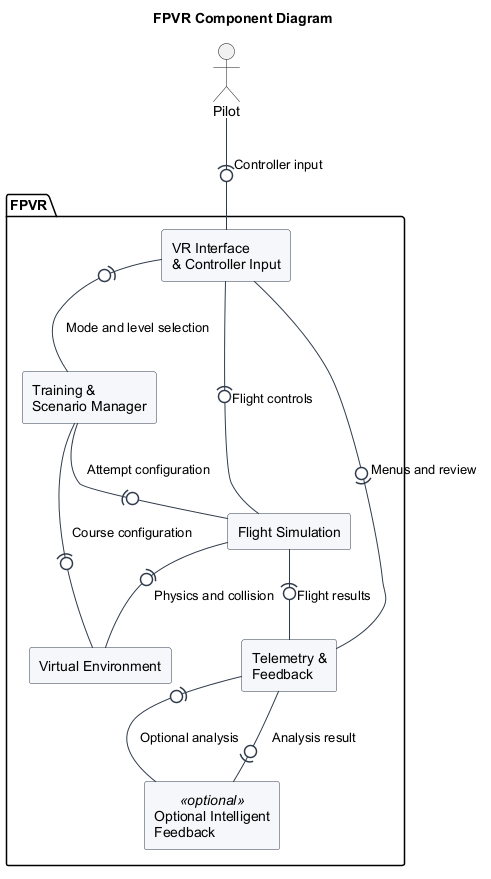
Before: docs/SRS/FPVRComponentDiagram.png, a diagram exported from PlantUML (SoftwareMandems/FPVR).
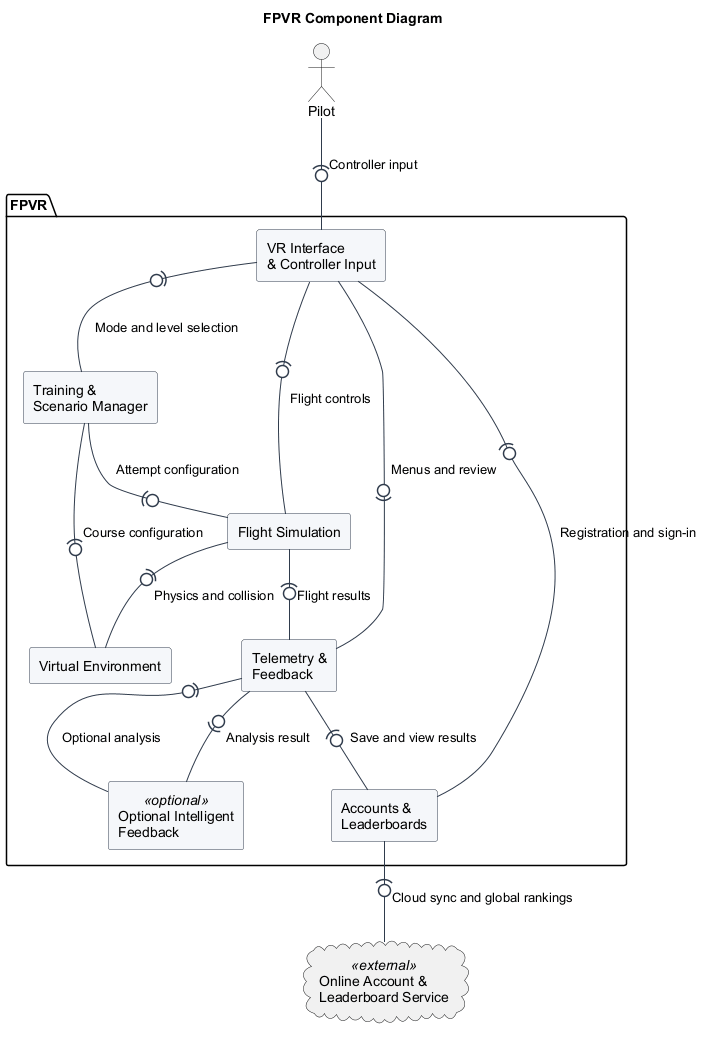
After the commit.

Commit message:
Include new logical responsibilities to components

What changed in the source:
```diff
@@ -19,18 +19,24 @@
   component "Flight Simulation" as flight
   component "Virtual Environment" as environment
   component "Telemetry &\nFeedback" as feedback
+  component "Accounts &\nLeaderboards" as accounts
   component "Optional Intelligent\nFeedback" as ai <<optional>>
 }
 
 pilot -(0- vr : Controller input
 vr -(0- manager : Mode and level selection
 vr -(0- flight : Flight controls
+vr -(0- accounts : Registration and sign-in
 manager -(0- environment : Course configuration
 manager -(0- flight : Attempt configuration
 flight -(0- environment : Physics and collision
 flight -(0- feedback : Flight results
 feedback -(0- vr : Menus and review
+feedback -(0- accounts : Save and view results
 feedback -(0- ai : Optional analysis
 ai -(0- feedback : Analysis result
 
+cloud "Online Account &\nLeaderboard Service" as online <<external>>
+accounts -(0- online : Cloud sync and global rankings
+
 @enduml
```
